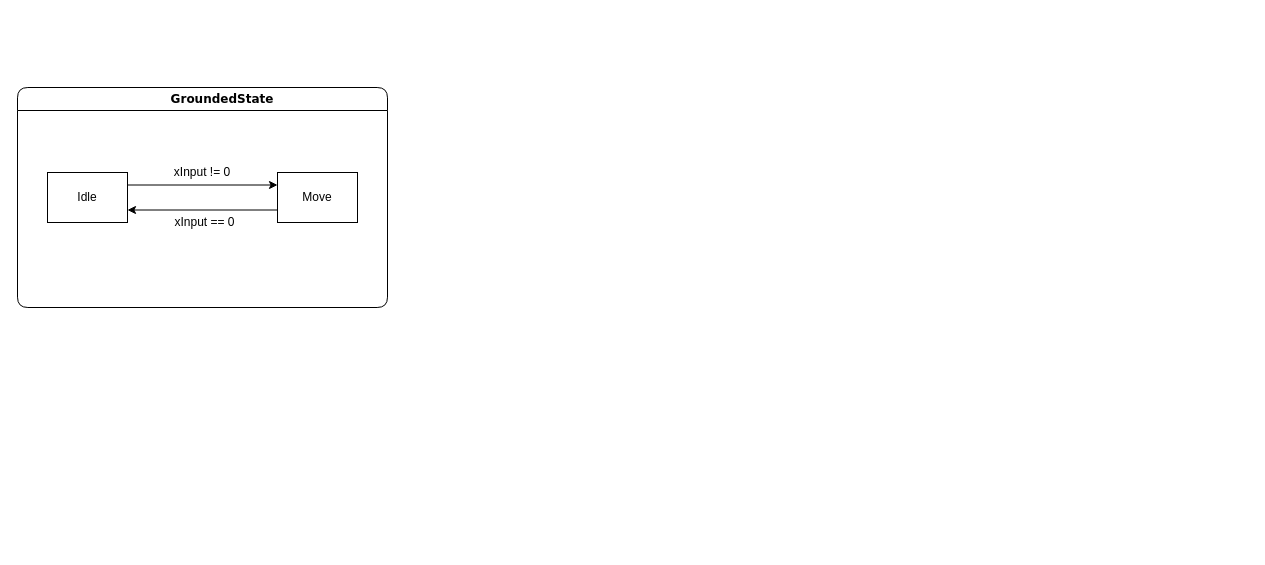
This is Assets/Untitled Diagram.drawio from CubePillow/UdemyCourse_OnionLad, a draw.io file, before an edit. Source tidied: cells renumbered, new cells numbered last; positions are measured from the earlier drawing's top-left corner, leaving out a move shared by most shapes. Both pictures are drawn from the tidied source at 100%, with x=0, y=0 at pixel (17, 87).
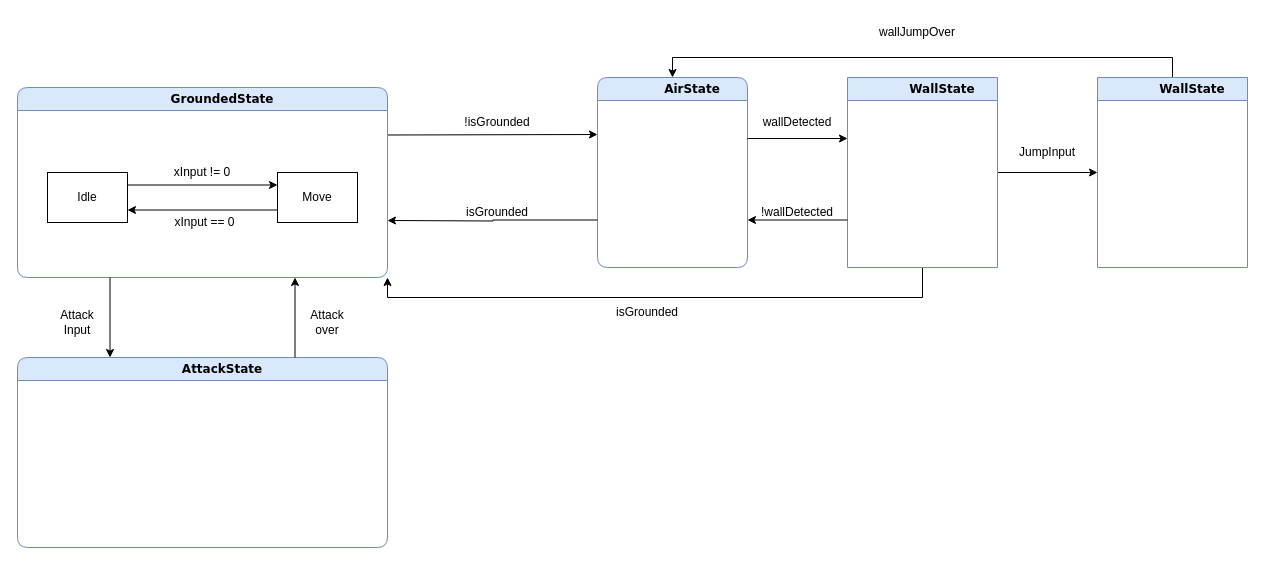
The same page after the edit.

Diff of the diagram source:
```diff
@@
+    <mxCell id="9" style="edgeStyle=orthogonalEdgeStyle;rounded=0;jettySize=auto;html=1;exitX=1;exitY=0.25;exitDx=0;exitDy=0;" parent="1" edge="1" source="2">
+      <mxGeometry relative="1" as="geometry">
+        <mxPoint x="580" y="47" as="targetPoint" />
+      </mxGeometry>
+    </mxCell>
-    <mxCell id="2" value="&lt;blockquote style=&quot;margin: 0 0 0 40px; border: none; padding: 0px;&quot;&gt;GroundedState&lt;/blockquote&gt;" style="swimlane;whiteSpace=wrap;html=1;rounded=1;shadow=0;comic=0;labelBackgroundColor=none;strokeWidth=1;fontFamily=Verdana;fontSize=12;align=center;" parent="1" vertex="1">
-      <mxGeometry width="370" height="220" as="geometry" />
+    <mxCell id="2" value="&lt;blockquote style=&quot;margin: 0 0 0 40px; border: none; padding: 0px;&quot;&gt;GroundedState&lt;/blockquote&gt;" style="swimlane;whiteSpace=wrap;html=1;rounded=1;shadow=0;comic=0;labelBackgroundColor=none;strokeWidth=1;fontFamily=Verdana;fontSize=12;align=center;fillColor=#dae8fc;strokeColor=#6c8ebf;" parent="1" vertex="1">
+      <mxGeometry width="370" height="190" as="geometry" />
     </mxCell>
@@
+    <mxCell id="10" value="&lt;blockquote style=&quot;margin: 0 0 0 40px; border: none; padding: 0px;&quot;&gt;AttackState&lt;/blockquote&gt;" style="swimlane;whiteSpace=wrap;html=1;rounded=1;shadow=0;comic=0;labelBackgroundColor=none;strokeWidth=1;fontFamily=Verdana;fontSize=12;align=center;fillColor=#dae8fc;strokeColor=#6c8ebf;" parent="1" vertex="1">
+      <mxGeometry y="270" width="370" height="190" as="geometry" />
+    </mxCell>
+    <mxCell id="11" style="endArrow=classic;html=1;rounded=0;exitX=0.25;exitY=1;exitDx=0;exitDy=0;entryX=0.25;entryY=0;entryDx=0;entryDy=0;" parent="1" edge="1" source="2" target="10">
+      <mxGeometry relative="1" as="geometry" />
+    </mxCell>
+    <mxCell id="12" style="endArrow=classic;html=1;rounded=0;exitX=0.75;exitY=0;exitDx=0;exitDy=0;entryX=0.75;entryY=1;entryDx=0;entryDy=0;" parent="1" edge="1" source="10" target="2">
+      <mxGeometry relative="1" as="geometry" />
+    </mxCell>
+    <mxCell id="13" value="Attack Input" style="text;html=1;align=center;verticalAlign=middle;whiteSpace=wrap;rounded=0;" parent="1" vertex="1">
+      <mxGeometry x="30" y="220" width="60" height="30" as="geometry" />
+    </mxCell>
+    <mxCell id="14" value="Attack over" style="text;html=1;align=center;verticalAlign=middle;whiteSpace=wrap;rounded=0;" parent="1" vertex="1">
+      <mxGeometry x="280" y="220" width="60" height="30" as="geometry" />
+    </mxCell>
+    <mxCell id="15" value="&lt;blockquote style=&quot;margin: 0 0 0 40px; border: none; padding: 0px;&quot;&gt;AirState&lt;/blockquote&gt;" style="swimlane;whiteSpace=wrap;html=1;rounded=1;shadow=0;comic=0;labelBackgroundColor=none;strokeWidth=1;fontFamily=Verdana;fontSize=12;align=center;fillColor=#dae8fc;strokeColor=#6c8ebf;" parent="1" vertex="1">
+      <mxGeometry x="580" y="-10" width="150" height="190" as="geometry" />
+    </mxCell>
+    <mxCell id="16" style="edgeStyle=orthogonalEdgeStyle;rounded=0;jettySize=auto;html=1;exitX=1;exitY=0.5;exitDx=0;exitDy=0;entryX=0;entryY=0.5;entryDx=0;entryDy=0;" parent="1" edge="1" source="18" target="20">
+      <mxGeometry relative="1" as="geometry" />
+    </mxCell>
+    <mxCell id="17" style="edgeStyle=orthogonalEdgeStyle;rounded=0;jettySize=auto;html=1;exitX=0.5;exitY=1;exitDx=0;exitDy=0;entryX=1;entryY=1;entryDx=0;entryDy=0;" parent="1" edge="1" source="18" target="2">
+      <mxGeometry relative="1" as="geometry" />
+    </mxCell>
+    <mxCell id="18" value="&lt;blockquote style=&quot;margin: 0 0 0 40px; border: none; padding: 0px;&quot;&gt;WallState&lt;/blockquote&gt;" style="swimlane;whiteSpace=wrap;html=1;rounded=1;shadow=0;comic=0;labelBackgroundColor=none;strokeWidth=1;fontFamily=Verdana;fontSize=12;align=center;fillColor=#dae8fc;strokeColor=#6c8ebf;arcSize=0;" parent="1" vertex="1">
+      <mxGeometry x="830" y="-10" width="150" height="190" as="geometry" />
+    </mxCell>
+    <mxCell id="19" style="edgeStyle=orthogonalEdgeStyle;rounded=0;jettySize=auto;html=1;exitX=0.5;exitY=0;exitDx=0;exitDy=0;entryX=0.5;entryY=0;entryDx=0;entryDy=0;" parent="1" edge="1" source="20" target="15">
+      <mxGeometry relative="1" as="geometry" />
+    </mxCell>
+    <mxCell id="20" value="&lt;blockquote style=&quot;margin: 0 0 0 40px; border: none; padding: 0px;&quot;&gt;WallState&lt;/blockquote&gt;" style="swimlane;whiteSpace=wrap;html=1;rounded=1;shadow=0;comic=0;labelBackgroundColor=none;strokeWidth=1;fontFamily=Verdana;fontSize=12;align=center;fillColor=#dae8fc;strokeColor=#6c8ebf;arcSize=0;" parent="1" vertex="1">
+      <mxGeometry x="1080" y="-10" width="150" height="190" as="geometry" />
+    </mxCell>
+    <mxCell id="21" value="!isGrounded" style="text;html=1;align=center;verticalAlign=middle;whiteSpace=wrap;rounded=0;" parent="1" vertex="1">
+      <mxGeometry x="450" y="20" width="60" height="30" as="geometry" />
+    </mxCell>
+    <mxCell id="22" style="edgeStyle=orthogonalEdgeStyle;rounded=0;jettySize=auto;html=1;exitX=0;exitY=0.75;exitDx=0;exitDy=0;" parent="1" edge="1" source="15">
+      <mxGeometry relative="1" as="geometry">
+        <mxPoint x="370" y="133" as="targetPoint" />
+      </mxGeometry>
+    </mxCell>
+    <mxCell id="23" value="isGrounded" style="text;html=1;align=center;verticalAlign=middle;whiteSpace=wrap;rounded=0;" parent="1" vertex="1">
+      <mxGeometry x="450" y="110" width="60" height="30" as="geometry" />
+    </mxCell>
+    <mxCell id="24" style="edgeStyle=orthogonalEdgeStyle;rounded=0;orthogonalLoop=1;jettySize=auto;html=1;exitX=1;exitY=0.25;exitDx=0;exitDy=0;" parent="1" edge="1">
+      <mxGeometry relative="1" as="geometry">
+        <mxPoint x="730" y="51" as="sourcePoint" />
+        <mxPoint x="830" y="51" as="targetPoint" />
+      </mxGeometry>
+    </mxCell>
+    <mxCell id="25" value="wallDetected" style="text;html=1;align=center;verticalAlign=middle;whiteSpace=wrap;rounded=0;" parent="1" vertex="1">
+      <mxGeometry x="750" y="20" width="60" height="30" as="geometry" />
+    </mxCell>
+    <mxCell id="26" value="!wallDetected" style="text;html=1;align=center;verticalAlign=middle;whiteSpace=wrap;rounded=0;" parent="1" vertex="1">
+      <mxGeometry x="750" y="110" width="60" height="30" as="geometry" />
+    </mxCell>
+    <mxCell id="27" style="edgeStyle=orthogonalEdgeStyle;rounded=0;jettySize=auto;html=1;exitX=0;exitY=0.75;exitDx=0;exitDy=0;entryX=1;entryY=0.75;entryDx=0;entryDy=0;" parent="1" edge="1" source="18" target="15">
+      <mxGeometry relative="1" as="geometry" />
+    </mxCell>
+    <mxCell id="28" value="wallJumpOver" style="text;html=1;align=center;verticalAlign=middle;whiteSpace=wrap;rounded=0;" parent="1" vertex="1">
+      <mxGeometry x="870" y="-70" width="60" height="30" as="geometry" />
+    </mxCell>
+    <mxCell id="29" value="JumpInput" style="text;html=1;align=center;verticalAlign=middle;whiteSpace=wrap;rounded=0;" parent="1" vertex="1">
+      <mxGeometry x="1000" y="50" width="60" height="30" as="geometry" />
+    </mxCell>
+    <mxCell id="30" value="isGrounded" style="text;html=1;align=center;verticalAlign=middle;whiteSpace=wrap;rounded=0;" parent="1" vertex="1">
+      <mxGeometry x="600" y="210" width="60" height="30" as="geometry" />
+    </mxCell>
```
